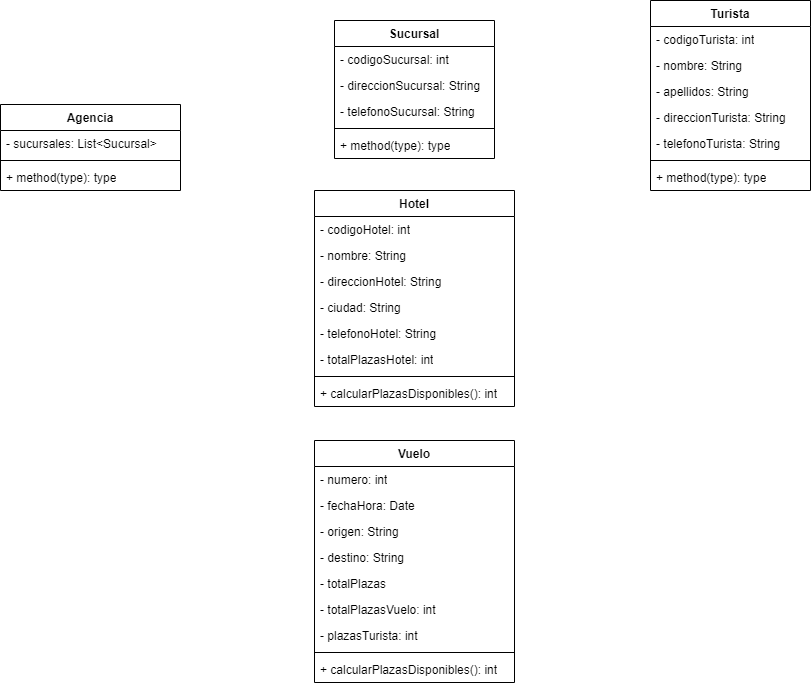
mackstm/ets keeps this draw.io diagram as unidad-4/Class-Diagram-Maxi/agencia-viajes-maxi.png. Above is the earlier version. Source tidied: cells renumbered, new cells last; positions are measured from the earlier drawing's top-left corner, leaving out a move shared by most shapes.
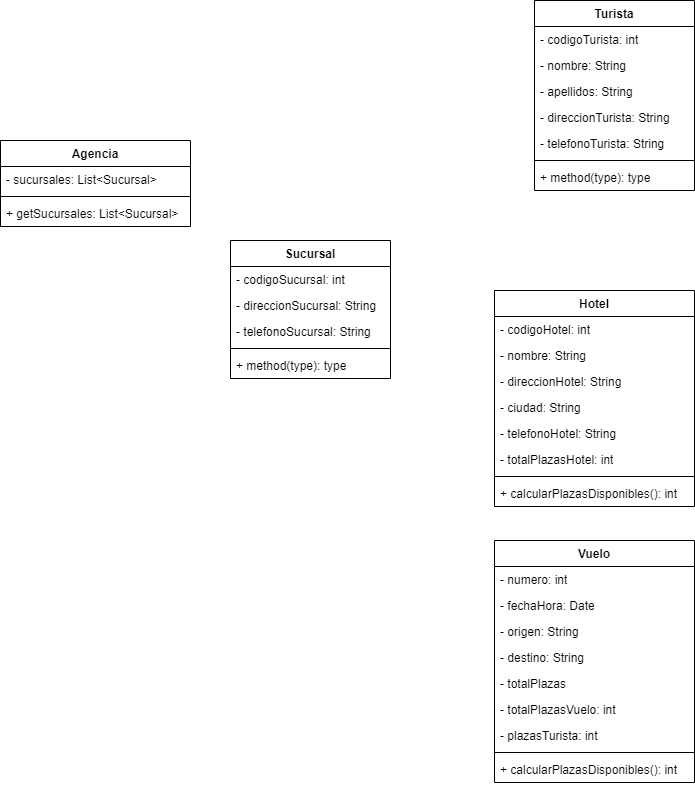
After the commit.

Change to the diagram source:
```diff
@@ -3,19 +3,19 @@
     <mxCell id="0" />
     <mxCell id="1" parent="0" />
     <mxCell id="2" value="Agencia" style="swimlane;fontStyle=1;align=center;verticalAlign=top;horizontal=1;startSize=26;whiteSpace=wrap;html=1;" parent="1" vertex="1">
-      <mxGeometry y="104" width="180" height="86" as="geometry" />
+      <mxGeometry x="-180" y="40" width="190" height="86" as="geometry" />
     </mxCell>
     <mxCell id="3" value="- sucursales: List&amp;lt;Sucursal&amp;gt;" style="text;strokeColor=none;fillColor=none;align=left;verticalAlign=top;spacingLeft=4;spacingRight=4;overflow=hidden;whiteSpace=wrap;html=1;" parent="2" vertex="1">
-      <mxGeometry y="26" width="180" height="26" as="geometry" />
+      <mxGeometry y="26" width="190" height="26" as="geometry" />
     </mxCell>
     <mxCell id="4" style="line;strokeWidth=1;fillColor=none;align=left;verticalAlign=middle;spacingTop=-1;spacingLeft=3;spacingRight=3;labelPosition=right;strokeColor=inherit;" parent="2" vertex="1">
-      <mxGeometry y="52" width="180" height="8" as="geometry" />
+      <mxGeometry y="52" width="190" height="8" as="geometry" />
     </mxCell>
-    <mxCell id="5" value="+ method(type): type" style="text;strokeColor=none;fillColor=none;align=left;verticalAlign=top;spacingLeft=4;spacingRight=4;overflow=hidden;whiteSpace=wrap;html=1;" parent="2" vertex="1">
-      <mxGeometry y="60" width="180" height="26" as="geometry" />
+    <mxCell id="5" value="+ getSucursales: List&amp;lt;Sucursal&amp;gt;" style="text;strokeColor=none;fillColor=none;align=left;verticalAlign=top;spacingLeft=4;spacingRight=4;overflow=hidden;whiteSpace=wrap;html=1;" parent="2" vertex="1">
+      <mxGeometry y="60" width="190" height="26" as="geometry" />
     </mxCell>
     <mxCell id="6" value="Sucursal" style="swimlane;fontStyle=1;align=center;verticalAlign=top;horizontal=1;startSize=26;whiteSpace=wrap;html=1;" parent="1" vertex="1">
-      <mxGeometry x="334" y="20" width="160" height="138" as="geometry" />
+      <mxGeometry x="50" y="140" width="160" height="138" as="geometry" />
     </mxCell>
     <mxCell id="7" value="- codigoSucursal: int" style="text;strokeColor=none;fillColor=none;align=left;verticalAlign=top;spacingLeft=4;spacingRight=4;overflow=hidden;whiteSpace=wrap;html=1;" parent="6" vertex="1">
       <mxGeometry y="26" width="160" height="26" as="geometry" />
@@ -90,7 +90,7 @@
       <mxGeometry y="216" width="200" height="26" as="geometry" />
     </mxCell>
     <mxCell id="31" value="Turista" style="swimlane;fontStyle=1;align=center;verticalAlign=top;horizontal=1;startSize=26;whiteSpace=wrap;html=1;" parent="1" vertex="1">
-      <mxGeometry x="650" width="160" height="190" as="geometry" />
+      <mxGeometry x="354" y="-100" width="160" height="190" as="geometry" />
     </mxCell>
     <mxCell id="32" value="- codigoTurista: int" style="text;strokeColor=none;fillColor=none;align=left;verticalAlign=top;spacingLeft=4;spacingRight=4;overflow=hidden;whiteSpace=wrap;html=1;" parent="31" vertex="1">
       <mxGeometry y="26" width="160" height="26" as="geometry" />
```
